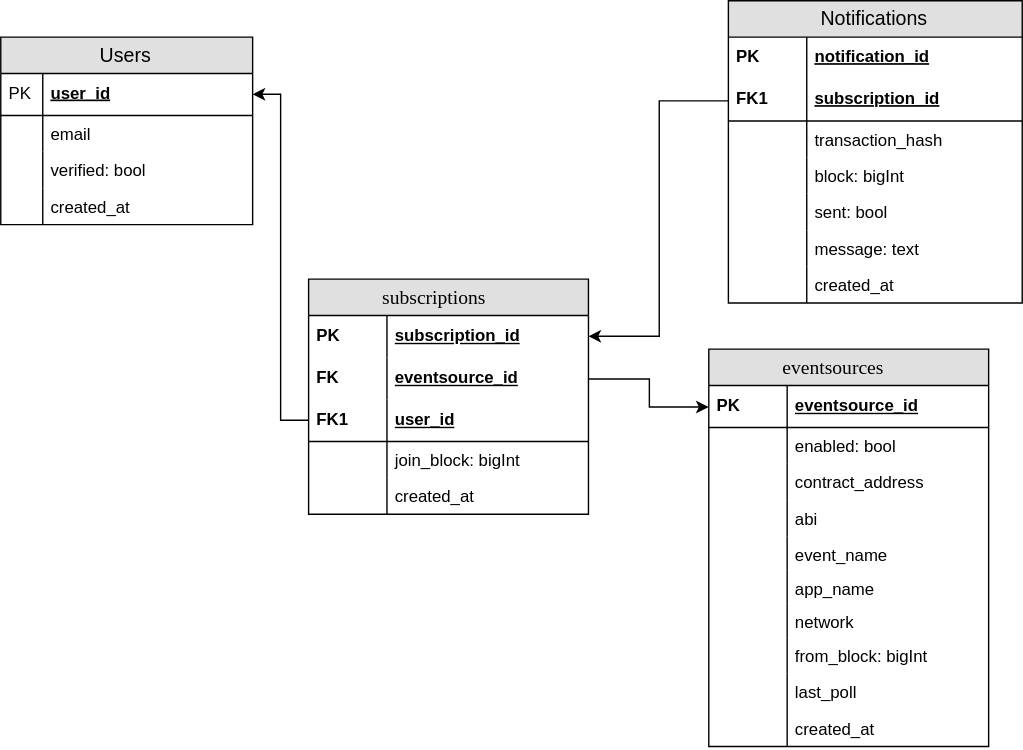
Before: db.svg, a diagram exported from draw.io (aragonone/notification-service). Source tidied: cells renumbered, new cells last; positions are measured from the earlier drawing's top-left corner, leaving out a move shared by most shapes.
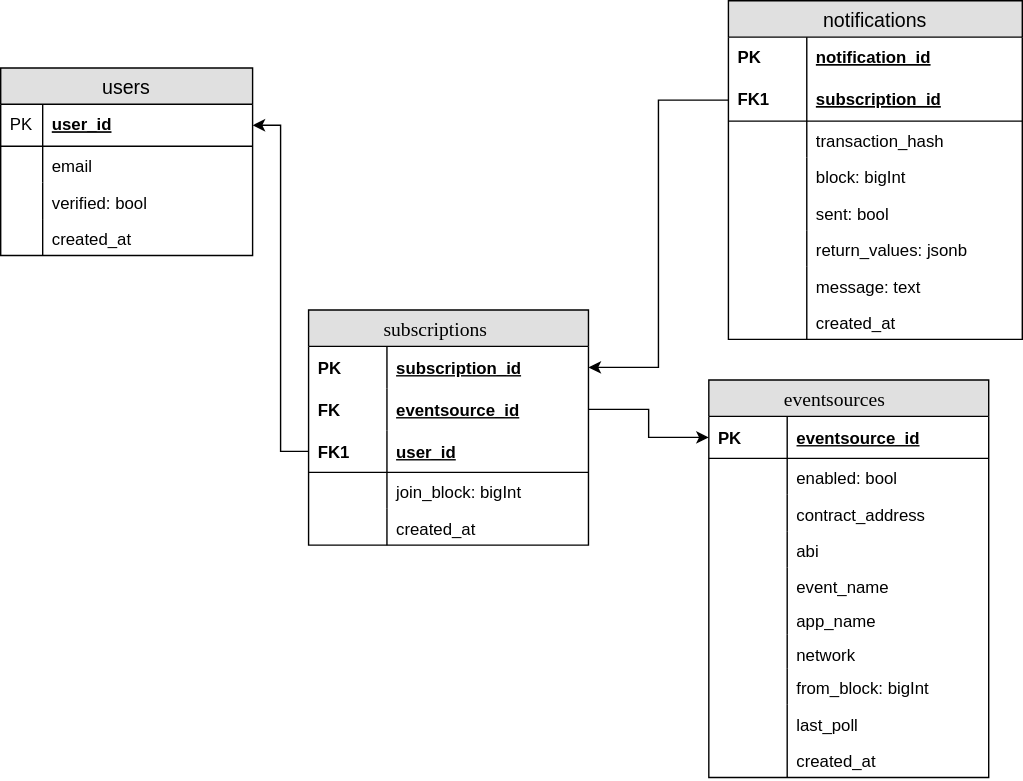
Above is the later version.

Commit message:
Update graph to updated schema

Diff of the diagram source:
```diff
@@ -35,8 +35,8 @@
     <mxCell id="12" style="shape=partialRectangle;fontStyle=1;top=0;left=0;bottom=0;fillColor=none;align=left;verticalAlign=top;spacingLeft=4;spacingRight=4;overflow=hidden;fontSize=12;" parent="11" vertex="1">
       <mxGeometry width="56" height="26" as="geometry" />
     </mxCell>
-    <mxCell id="13" value="Notifications" style="swimlane;fontStyle=0;horizontal=1;startSize=26;fillColor=#e0e0e0;swimlaneFillColor=#ffffff;align=center;fontSize=14;" parent="1" vertex="1">
-      <mxGeometry x="520" width="210" height="216" as="geometry" />
+    <mxCell id="13" value="notifications" style="swimlane;fontStyle=0;horizontal=1;startSize=26;fillColor=#e0e0e0;swimlaneFillColor=#ffffff;align=center;fontSize=14;" parent="1" vertex="1">
+      <mxGeometry x="520" y="-22" width="210" height="242" as="geometry" />
     </mxCell>
     <mxCell id="14" value="notification_id" style="shape=partialRectangle;top=0;left=0;right=0;bottom=0;align=left;verticalAlign=middle;fillColor=none;spacingLeft=60;spacingRight=4;overflow=hidden;fontStyle=5;fontSize=12;" parent="13" vertex="1">
       <mxGeometry y="26" width="210" height="30" as="geometry" />
@@ -68,14 +68,20 @@
     <mxCell id="23" style="shape=partialRectangle;fontStyle=1;top=0;left=0;bottom=0;fillColor=none;align=left;verticalAlign=top;spacingLeft=4;spacingRight=4;overflow=hidden;fontSize=12;" parent="22" vertex="1">
       <mxGeometry width="56" height="26" as="geometry" />
     </mxCell>
+    <mxCell id="61" value="return_values: jsonb" style="shape=partialRectangle;top=0;left=0;right=0;bottom=0;align=left;verticalAlign=top;fillColor=none;spacingLeft=60;spacingRight=4;overflow=hidden;fontSize=12;" parent="13" vertex="1">
+      <mxGeometry y="164" width="210" height="26" as="geometry" />
+    </mxCell>
+    <mxCell id="62" style="shape=partialRectangle;fontStyle=1;top=0;left=0;bottom=0;fillColor=none;align=left;verticalAlign=top;spacingLeft=4;spacingRight=4;overflow=hidden;fontSize=12;" parent="61" vertex="1">
+      <mxGeometry width="56" height="26" as="geometry" />
+    </mxCell>
     <mxCell id="24" value="message: text" style="shape=partialRectangle;top=0;left=0;right=0;bottom=0;align=left;verticalAlign=top;fillColor=none;spacingLeft=60;spacingRight=4;overflow=hidden;fontSize=12;" parent="13" vertex="1">
-      <mxGeometry y="164" width="210" height="26" as="geometry" />
+      <mxGeometry y="190" width="210" height="26" as="geometry" />
     </mxCell>
     <mxCell id="25" style="shape=partialRectangle;fontStyle=1;top=0;left=0;bottom=0;fillColor=none;align=left;verticalAlign=top;spacingLeft=4;spacingRight=4;overflow=hidden;fontSize=12;" parent="24" vertex="1">
       <mxGeometry width="56" height="26" as="geometry" />
     </mxCell>
     <mxCell id="26" value="created_at" style="shape=partialRectangle;top=0;left=0;right=0;bottom=0;align=left;verticalAlign=top;fillColor=none;spacingLeft=60;spacingRight=4;overflow=hidden;fontSize=12;" parent="13" vertex="1">
-      <mxGeometry y="190" width="210" height="26" as="geometry" />
+      <mxGeometry y="216" width="210" height="26" as="geometry" />
     </mxCell>
     <mxCell id="27" style="shape=partialRectangle;fontStyle=1;top=0;left=0;bottom=0;fillColor=none;align=left;verticalAlign=top;spacingLeft=4;spacingRight=4;overflow=hidden;fontSize=12;" parent="26" vertex="1">
       <mxGeometry width="56" height="26" as="geometry" />
@@ -83,7 +89,7 @@
     <mxCell id="28" style="edgeStyle=orthogonalEdgeStyle;rounded=0;jettySize=auto;html=1;exitX=0;exitY=0.5;exitDx=0;exitDy=0;entryX=1;entryY=0.5;entryDx=0;entryDy=0;" parent="1" edge="1" source="7" target="30">
       <mxGeometry relative="1" as="geometry" />
     </mxCell>
-    <mxCell id="29" value="Users" style="swimlane;fontStyle=0;horizontal=1;startSize=26;fillColor=#e0e0e0;swimlaneFillColor=#ffffff;align=center;fontSize=14;" parent="1" vertex="1">
+    <mxCell id="29" value="users" style="swimlane;fontStyle=0;horizontal=1;startSize=26;fillColor=#e0e0e0;swimlaneFillColor=#ffffff;align=center;fontSize=14;" parent="1" vertex="1">
       <mxGeometry y="26" width="180" height="134" as="geometry" />
     </mxCell>
     <mxCell id="30" value="user_id" style="shape=partialRectangle;top=0;left=0;right=0;bottom=1;align=left;verticalAlign=middle;fillColor=none;spacingLeft=34;spacingRight=4;overflow=hidden;points=[[0,0.5],[1,0.5]];portConstraint=eastwest;fontStyle=5;fontSize=12;" parent="29" vertex="1">
```
